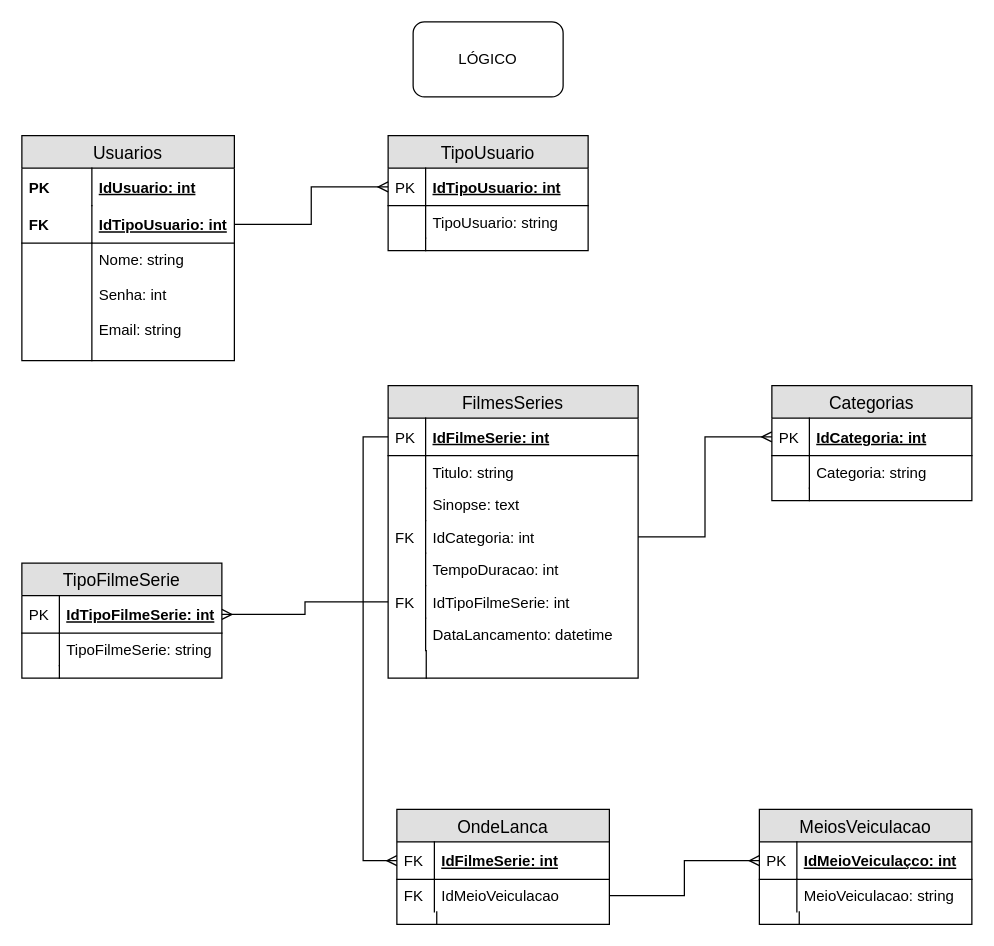
Earlier version of the draw.io diagram page "Lógico" (2 of 2) of OpFlixBD/Modelagem-OpFlix.drawio (brunohesilva/2s2019-sprint-1-bd-OpFlix). Source tidied: cells renumbered, new cells numbered last; positions are measured from the earlier drawing's top-left corner, leaving out a move shared by most shapes. Both pictures are drawn from the tidied source at 125%, with x=0, y=0 at pixel (21, 21).
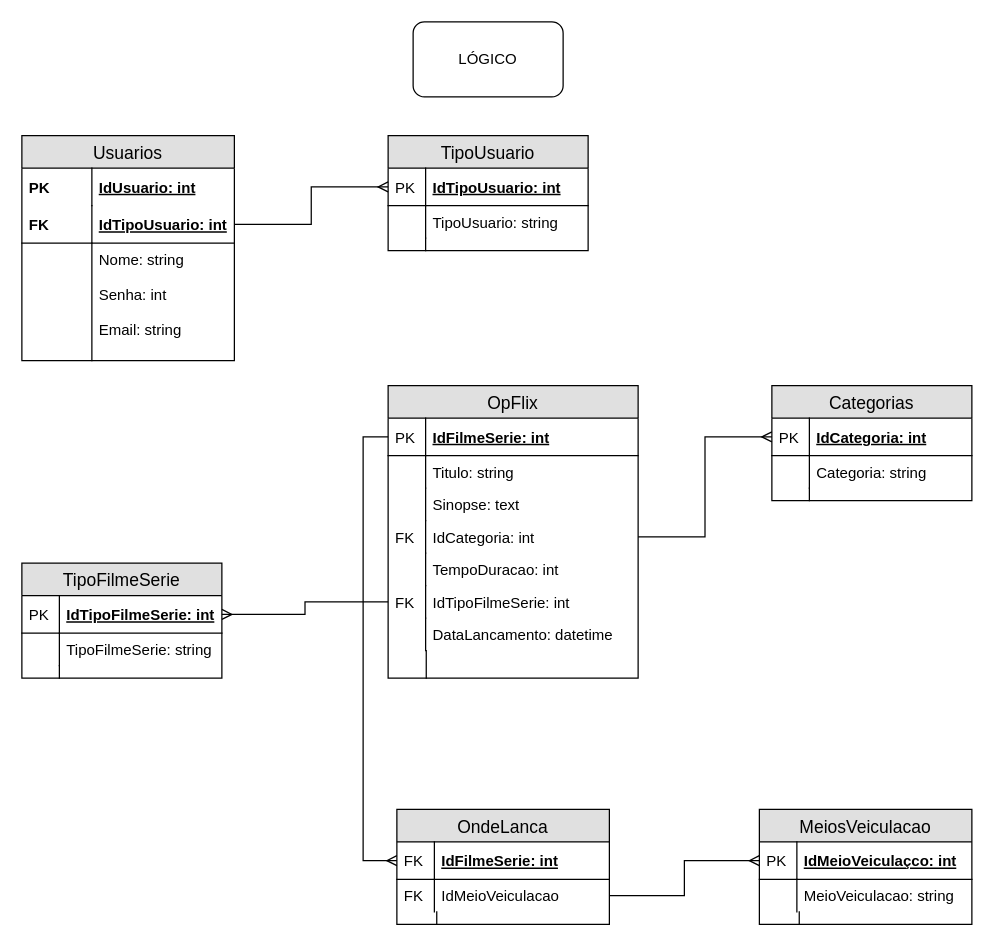
The same page after the edit.

Diff of the diagram source:
```diff
@@
-    <mxCell id="17" value="FilmesSeries" style="swimlane;fontStyle=0;horizontal=1;startSize=26;fillColor=#e0e0e0;swimlaneFillColor=#ffffff;align=center;fontSize=14;" parent="1" vertex="1">
+    <mxCell id="17" value="OpFlix" style="swimlane;fontStyle=0;horizontal=1;startSize=26;fillColor=#e0e0e0;swimlaneFillColor=#ffffff;align=center;fontSize=14;" parent="1" vertex="1">
       <mxGeometry x="293" y="291" width="200" height="234" as="geometry" />
     </mxCell>
```
